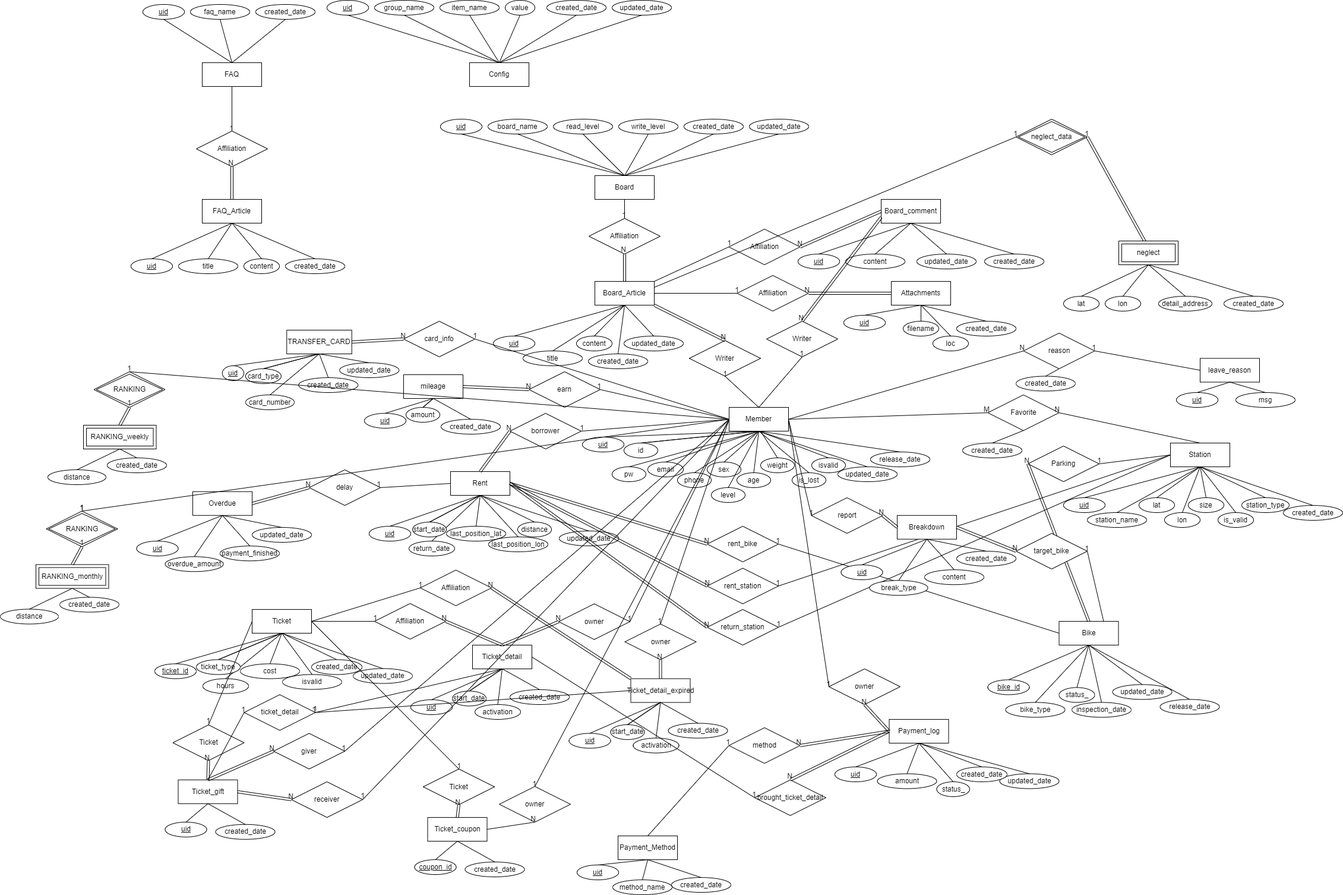
This is DB_ER_MODEL.drawio.png from ns0416/KW_CIE_23-2_DB, a draw.io export, as it was before one commit. Source tidied: cells renumbered, new cells last; positions are measured from the earlier drawing's top-left corner, leaving out a move shared by most shapes.
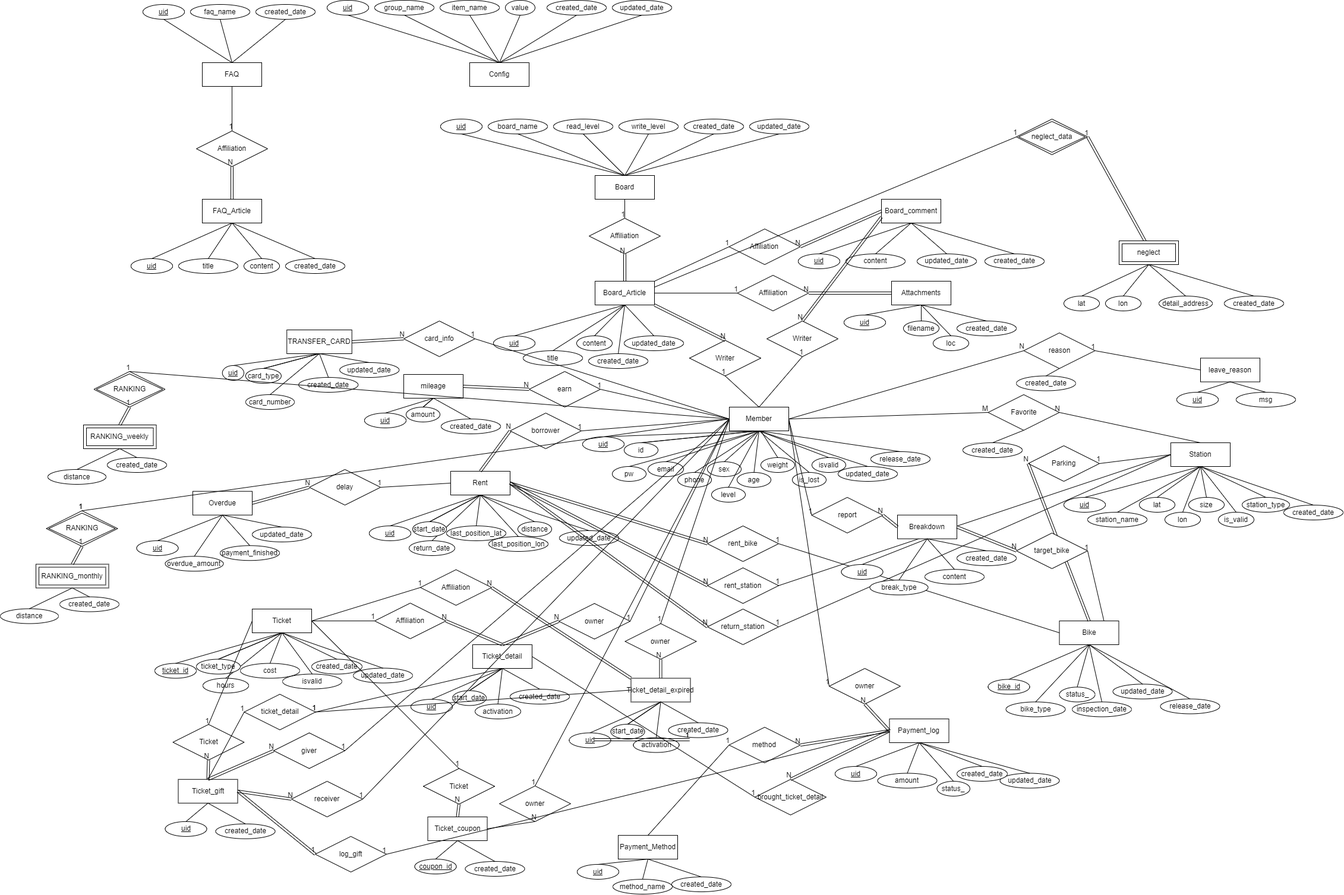
The same file after the commit.

What changed in the source:
```diff
@@ -1352,5 +1352,40 @@
     <mxCell id="449" value="1" style="html=1;align=right;verticalAlign=bottom;" parent="448" vertex="1">
       <mxGeometry x="1" relative="1" as="geometry" />
     </mxCell>
+    <mxCell id="450" value="log_gift" style="shape=rhombus;perimeter=rhombusPerimeter;whiteSpace=wrap;html=1;align=center;" parent="1" vertex="1">
+      <mxGeometry x="530" y="1407.9" width="120" height="60" as="geometry" />
+    </mxCell>
+    <mxCell id="451" style="shape=link;html=1;rounded=0;" parent="1" edge="1">
+      <mxGeometry relative="1" as="geometry">
+        <mxPoint x="1000" y="1245" as="sourcePoint" />
+        <mxPoint x="1160" y="1245" as="targetPoint" />
+      </mxGeometry>
+    </mxCell>
+    <mxCell id="452" value="1" style="html=1;whiteSpace=wrap;align=right;verticalAlign=bottom;" parent="451" vertex="1">
+      <mxGeometry x="1" relative="1" as="geometry" />
+    </mxCell>
+    <mxCell id="453" style="shape=link;html=1;rounded=0;" parent="1" edge="1">
+      <mxGeometry relative="1" as="geometry">
+        <mxPoint x="1000" y="1245" as="sourcePoint" />
+        <mxPoint x="1160" y="1245" as="targetPoint" />
+      </mxGeometry>
+    </mxCell>
+    <mxCell id="454" value="1" style="html=1;whiteSpace=wrap;align=right;verticalAlign=bottom;" parent="453" vertex="1">
+      <mxGeometry x="1" relative="1" as="geometry" />
+    </mxCell>
+    <mxCell id="455" style="shape=link;html=1;rounded=0;entryX=0;entryY=0.5;entryDx=0;entryDy=0;" parent="1" edge="1" target="450">
+      <mxGeometry relative="1" as="geometry">
+        <mxPoint x="400" y="1332" as="sourcePoint" />
+      </mxGeometry>
+    </mxCell>
+    <mxCell id="456" value="1" style="html=1;whiteSpace=wrap;align=right;verticalAlign=bottom;" parent="455" vertex="1">
+      <mxGeometry x="1" relative="1" as="geometry" />
+    </mxCell>
+    <mxCell id="457" style="endArrow=none;html=1;rounded=0;entryX=1;entryY=0.5;entryDx=0;entryDy=0;exitX=0;exitY=0.5;exitDx=0;exitDy=0;" parent="1" edge="1" source="313" target="450">
+      <mxGeometry relative="1" as="geometry" />
+    </mxCell>
+    <mxCell id="458" value="1" style="html=1;whiteSpace=wrap;align=right;verticalAlign=bottom;" parent="457" vertex="1">
+      <mxGeometry x="1" relative="1" as="geometry" />
+    </mxCell>
   </root>
 </mxGraphModel>
```
